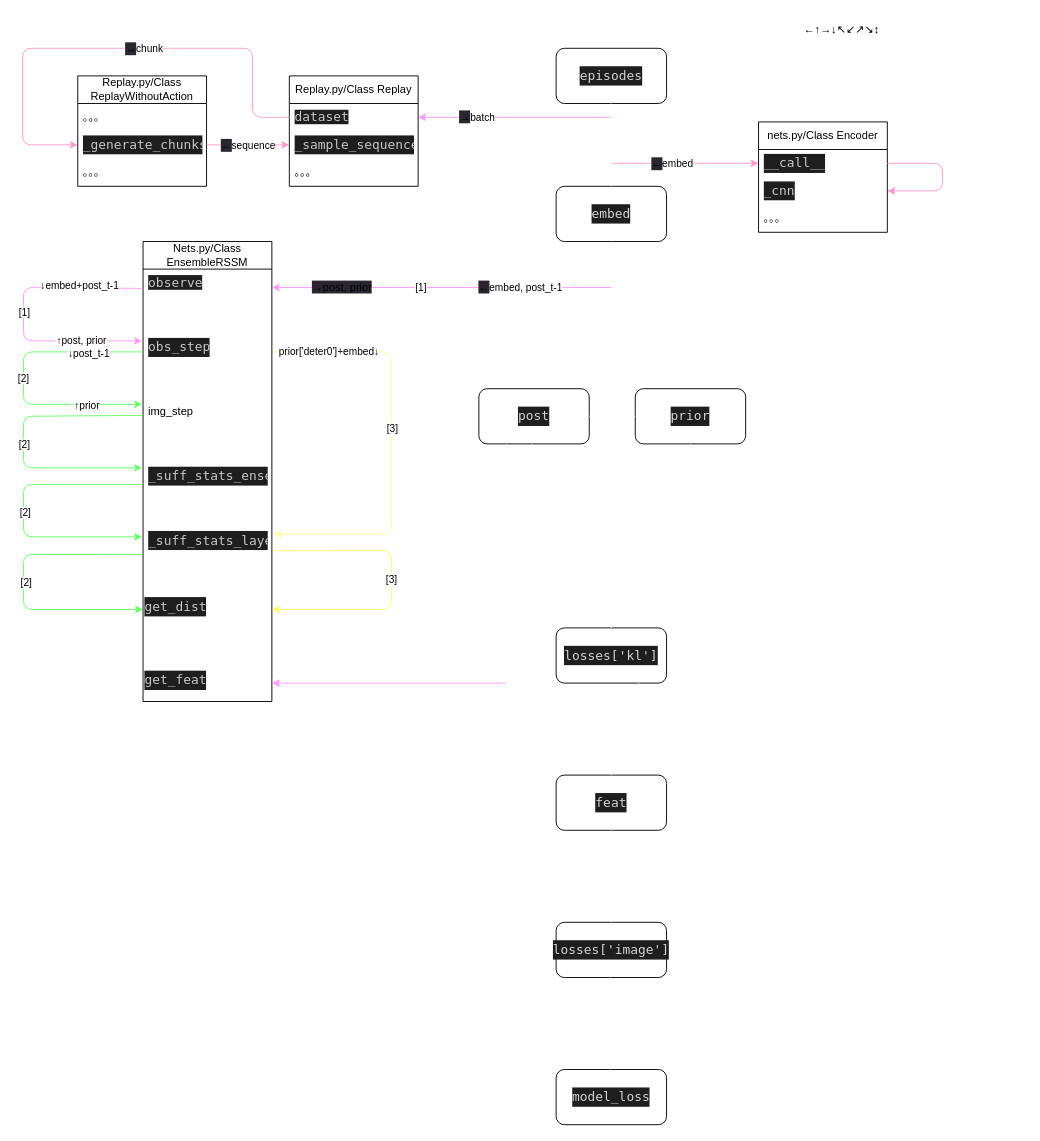
This is apv_pretraining.drawio from ziyi-git/apv, a draw.io file, before an edit. Source tidied: cells renumbered, new cells numbered last; positions are measured from the earlier drawing's top-left corner, leaving out a move shared by most shapes. Both pictures are drawn from the tidied source at 92%, with x=0, y=0 at pixel (22, 16).
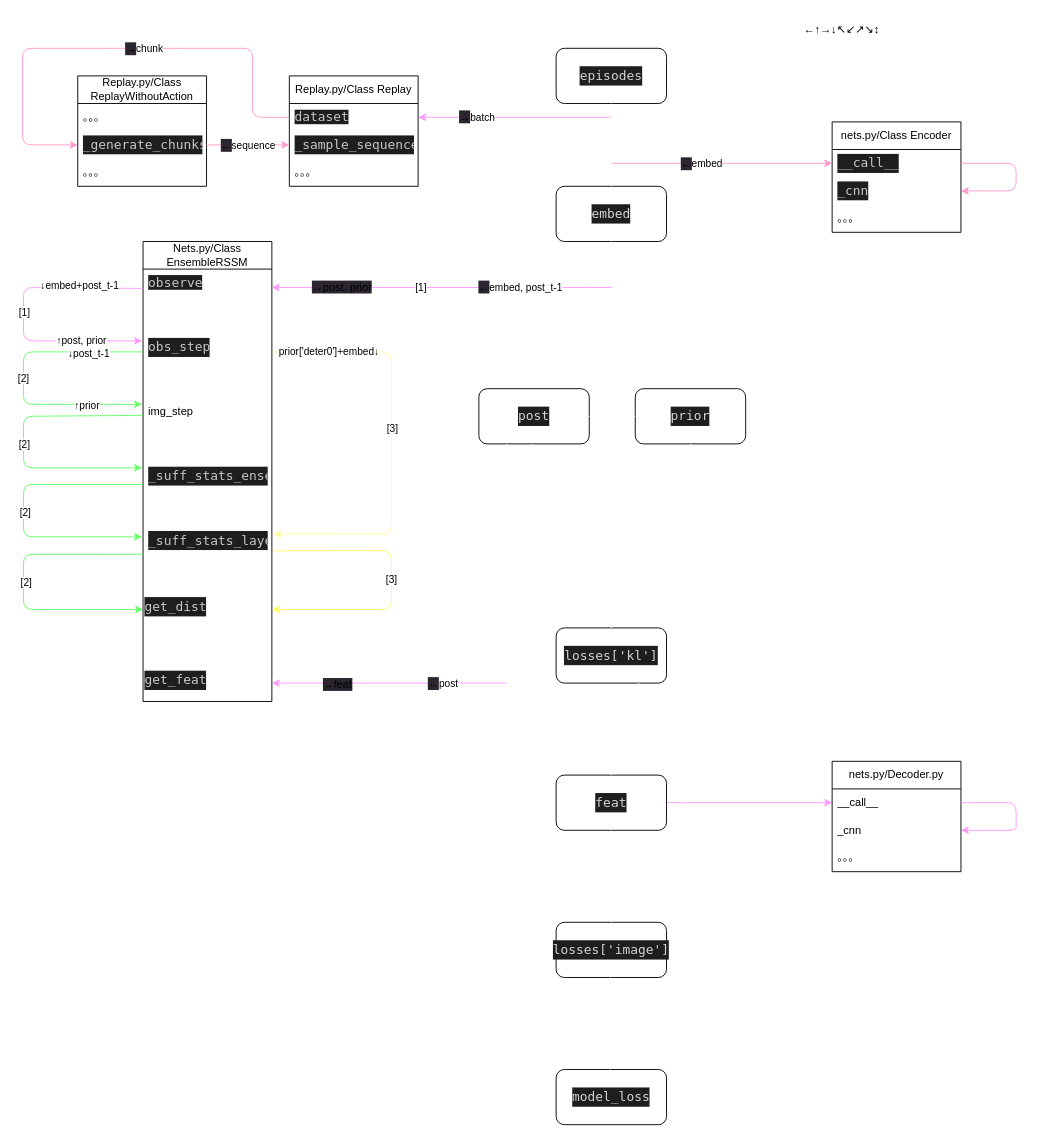
After the change.

Unchanged cells that the change refers to:
```xml
<mxCell id="6" value="&lt;div style=&quot;color: rgb(212, 212, 212); background-color: rgb(30, 30, 30); font-family: Menlo, Monaco, &amp;quot;Courier New&amp;quot;, monospace; font-size: 14px; line-height: 21px;&quot;&gt;feat&lt;/div&gt;" style="rounded=1;whiteSpace=wrap;html=1;" parent="1" vertex="1">
  <mxGeometry x="580" y="825" width="120" height="60" as="geometry" />
</mxCell>
<mxCell id="75" style="endArrow=classic;html=1;strokeColor=#FF99FF;curved=1;entryX=1;entryY=0.5;entryDx=0;entryDy=0;" parent="1" edge="1" target="45">
  <mxGeometry relative="1" as="geometry">
    <mxPoint x="526" y="725" as="sourcePoint" />
  </mxGeometry>
</mxCell>
```

What changed in the source:
```diff
@@
+    <mxCell id="78" style="edgeStyle=none;html=1;entryX=0;entryY=0.5;entryDx=0;entryDy=0;strokeColor=#FF99FF;" parent="1" edge="1" source="6" target="82">
+      <mxGeometry relative="1" as="geometry" />
+    </mxCell>
@@
     <mxCell id="17" value="nets.py/Class Encoder" style="swimlane;fontStyle=0;horizontal=1;startSize=30;whiteSpace=wrap;html=1;" parent="1" vertex="1">
-      <mxGeometry x="800" y="115" width="140" height="120" as="geometry" />
+      <mxGeometry x="880" y="115" width="140" height="120" as="geometry" />
     </mxCell>
@@
+    <mxCell id="79" value="&lt;span style=&quot;font-size: 12px; background-color: rgb(42, 37, 47);&quot;&gt;←&lt;/span&gt;post" style="edgeLabel;html=1;align=center;verticalAlign=middle;" parent="75" vertex="1">
+      <mxGeometry x="-0.12" relative="1" as="geometry">
+        <mxPoint x="42" as="offset" />
+      </mxGeometry>
+    </mxCell>
+    <mxCell id="80" value="&lt;span style=&quot;font-size: 12px; background-color: rgb(42, 37, 47);&quot;&gt;→feat&lt;/span&gt;" style="edgeLabel;html=1;align=center;verticalAlign=middle;" parent="75" vertex="1">
+      <mxGeometry x="0.45" y="1" relative="1" as="geometry" />
+    </mxCell>
@@
+    <mxCell id="81" value="nets.py/Decoder.py" style="swimlane;fontStyle=0;horizontal=1;startSize=30;whiteSpace=wrap;html=1;" parent="1" vertex="1">
+      <mxGeometry x="880" y="810" width="140" height="120" as="geometry" />
+    </mxCell>
+    <mxCell id="82" value="__call__" style="text;strokeColor=none;fillColor=none;align=left;verticalAlign=middle;spacingLeft=4;spacingRight=4;overflow=hidden;points=[[0,0.5],[1,0.5]];portConstraint=eastwest;whiteSpace=wrap;html=1;" parent="81" vertex="1">
+      <mxGeometry y="30" width="140" height="30" as="geometry" />
+    </mxCell>
+    <mxCell id="83" style="edgeStyle=none;html=1;entryX=1;entryY=0.5;entryDx=0;entryDy=0;exitX=1;exitY=0.5;exitDx=0;exitDy=0;strokeColor=#FF99FF;" parent="81" edge="1" source="82" target="84">
+      <mxGeometry relative="1" as="geometry">
+        <Array as="points">
+          <mxPoint x="200" y="45" />
+          <mxPoint x="200" y="65" />
+          <mxPoint x="200" y="75" />
+        </Array>
+      </mxGeometry>
+    </mxCell>
+    <mxCell id="84" value="_cnn" style="text;strokeColor=none;fillColor=none;align=left;verticalAlign=middle;spacingLeft=4;spacingRight=4;overflow=hidden;points=[[0,0.5],[1,0.5]];portConstraint=eastwest;whiteSpace=wrap;html=1;" parent="81" vertex="1">
+      <mxGeometry y="60" width="140" height="30" as="geometry" />
+    </mxCell>
+    <mxCell id="85" value="。。。" style="text;strokeColor=none;fillColor=none;align=left;verticalAlign=middle;spacingLeft=4;spacingRight=4;overflow=hidden;whiteSpace=wrap;html=1;" parent="81" vertex="1">
+      <mxGeometry y="90" width="140" height="30" as="geometry" />
+    </mxCell>
```
